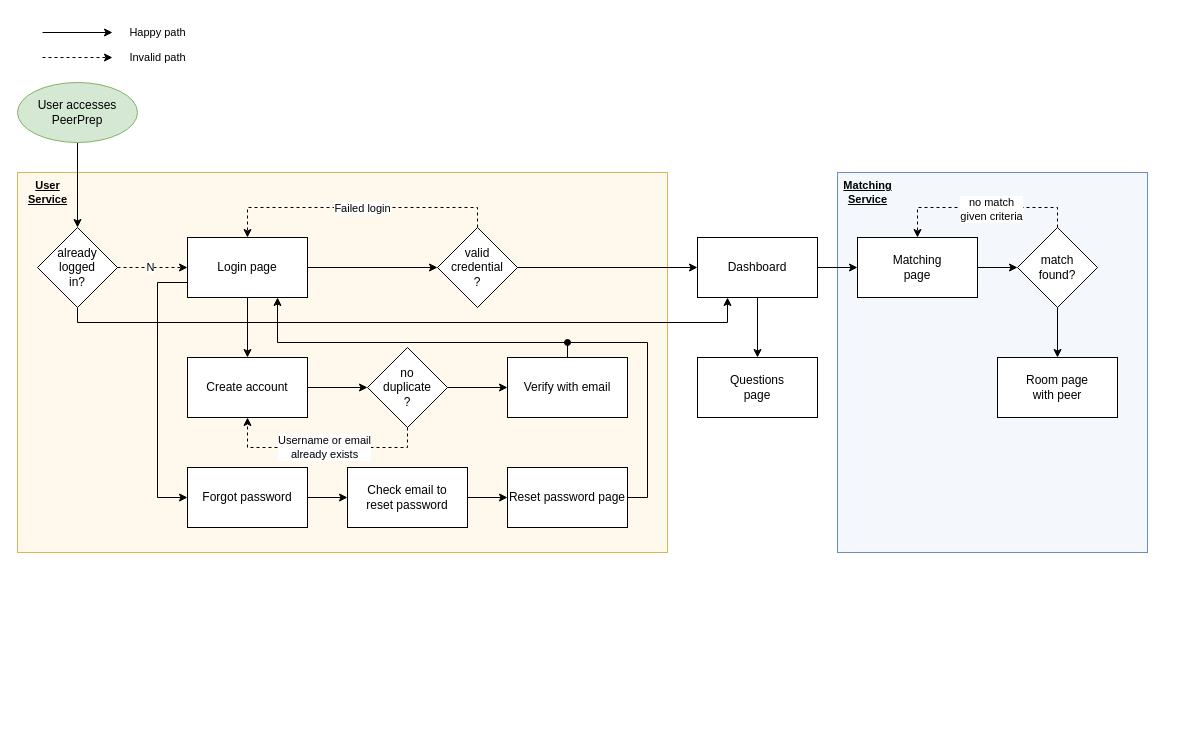
Above: page "Userflow" (1 of 2) of docs/cs3219-diagrams.drawio in CS3219-AY2223S1/cs3219-project-ay2223s1-g42 (draw.io), before the change. Source tidied: cells renumbered, new cells numbered last; positions are measured from the earlier drawing's top-left corner, leaving out a move shared by most shapes. Both pictures are drawn from the tidied source at 100%, with x=0, y=0 at pixel (17, 17).
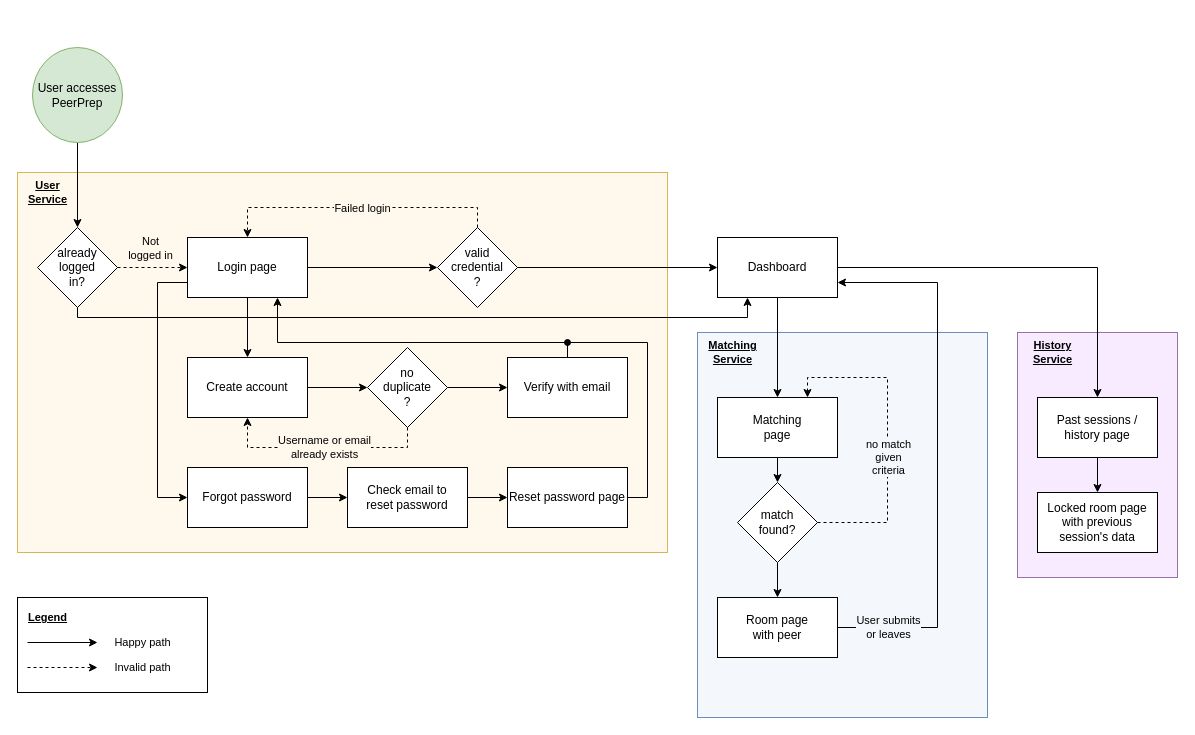
The same page after the edit.

Commit message:
docs: update userflow diagram

The change refers to these unchanged cells:
```xml
<mxCell id="6" style="edgeStyle=orthogonalEdgeStyle;rounded=0;jettySize=auto;html=1;exitX=1;exitY=0.5;exitDx=0;exitDy=0;dashed=1;" parent="1" edge="1" source="9" target="13">
  <mxGeometry relative="1" as="geometry" />
</mxCell>
<mxCell id="9" value="already logged &lt;br&gt;in?" style="rhombus;whiteSpace=wrap;html=1;" parent="1" vertex="1">
  <mxGeometry x="20" y="210" width="80" height="80" as="geometry" />
</mxCell>
<mxCell id="14" style="edgeStyle=orthogonalEdgeStyle;rounded=0;jettySize=auto;html=1;exitX=0.5;exitY=0;exitDx=0;exitDy=0;entryX=0.5;entryY=0;entryDx=0;entryDy=0;dashed=1;" parent="1" edge="1" source="17" target="13">
  <mxGeometry relative="1" as="geometry" />
</mxCell>
<mxCell id="26" style="edgeStyle=orthogonalEdgeStyle;rounded=0;jettySize=auto;html=1;exitX=0.5;exitY=1;exitDx=0;exitDy=0;entryX=0.5;entryY=1;entryDx=0;entryDy=0;dashed=1;" parent="1" edge="1" source="28" target="22">
  <mxGeometry relative="1" as="geometry" />
</mxCell>
```

The edit, as a diff of the source:
```diff
@@
+    <mxCell id="49" value="&lt;span style=&quot;&quot;&gt;Legend&lt;/span&gt;" style="rounded=0;whiteSpace=wrap;html=1;labelBackgroundColor=none;comic=0;align=left;labelPadding=0;horizontal=1;labelPosition=center;verticalLabelPosition=middle;verticalAlign=top;spacingRight=0;spacingLeft=0;labelBorderColor=none;fontColor=none;noLabel=1;" parent="1" vertex="1">
+      <mxGeometry y="580" width="190" height="95" as="geometry" />
+    </mxCell>
+    <mxCell id="50" style="rounded=0;whiteSpace=wrap;html=1;fontFamily=Helvetica;fontSize=11;fillColor=#F8EBFF;strokeColor=#9673a6;" parent="1" vertex="1">
+      <mxGeometry x="1000" y="315" width="160" height="245" as="geometry" />
+    </mxCell>
     <mxCell id="2" style="rounded=0;whiteSpace=wrap;html=1;fontFamily=Helvetica;fontSize=11;fillColor=#F4F8FC;strokeColor=#6c8ebf;" parent="1" vertex="1">
-      <mxGeometry x="820" y="155" width="310" height="380" as="geometry" />
+      <mxGeometry x="680" y="315" width="290" height="385" as="geometry" />
     </mxCell>
@@
-    <mxCell id="5" value="&lt;div&gt;User accesses PeerPrep&lt;/div&gt;" style="ellipse;whiteSpace=wrap;html=1;fillColor=#d5e8d4;strokeColor=#82b366;" parent="1" vertex="1">
-      <mxGeometry y="65" width="120" height="60" as="geometry" />
+    <mxCell id="5" value="&lt;div&gt;User accesses PeerPrep&lt;/div&gt;" style="ellipse;whiteSpace=wrap;html=1;fillColor=#d5e8d4;strokeColor=#82b366;comic=0;noLabel=0;overflow=visible;" parent="1" vertex="1">
+      <mxGeometry x="15" y="30" width="90" height="95" as="geometry" />
     </mxCell>
@@
-    <mxCell id="7" value="N" style="edgeLabel;html=1;align=center;verticalAlign=middle;fontSize=11;fontFamily=Helvetica;fontColor=default;labelBackgroundColor=#FFFFFF;" parent="6" vertex="1">
+    <mxCell id="7" value="Not &lt;br&gt;logged in" style="edgeLabel;html=1;align=center;verticalAlign=middle;fontSize=11;fontFamily=Helvetica;fontColor=default;labelBackgroundColor=#FFF9ED;" parent="6" vertex="1">
       <mxGeometry x="-0.34" y="-1" relative="1" as="geometry">
-        <mxPoint x="9" y="-2" as="offset" />
+        <mxPoint x="9" y="-21" as="offset" />
       </mxGeometry>
     </mxCell>
     <mxCell id="8" style="edgeStyle=orthogonalEdgeStyle;shape=connector;rounded=0;jettySize=auto;html=1;exitX=0.5;exitY=1;exitDx=0;exitDy=0;entryX=0.25;entryY=1;entryDx=0;entryDy=0;labelBackgroundColor=default;strokeColor=default;fontFamily=Helvetica;fontSize=11;fontColor=default;endArrow=classic;endFill=1;" parent="1" edge="1" source="9" target="20">
       <mxGeometry relative="1" as="geometry">
         <Array as="points">
-          <mxPoint x="60" y="305" />
-          <mxPoint x="710" y="305" />
+          <mxPoint x="60" y="300" />
+          <mxPoint x="730" y="300" />
         </Array>
       </mxGeometry>
     </mxCell>
@@
-    <mxCell id="15" value="Failed login" style="edgeLabel;html=1;align=center;verticalAlign=middle;fontSize=11;fontFamily=Helvetica;fontColor=default;" parent="14" vertex="1">
+    <mxCell id="15" value="Failed login" style="edgeLabel;html=1;align=center;verticalAlign=middle;fontSize=11;fontFamily=Helvetica;fontColor=default;labelBackgroundColor=#FFF9ED;" parent="14" vertex="1">
       <mxGeometry x="-0.03" relative="1" as="geometry" />
     </mxCell>
@@
-    <mxCell id="18" style="edgeStyle=orthogonalEdgeStyle;rounded=0;jettySize=auto;html=1;" parent="1" edge="1" source="20" target="41">
+    <mxCell id="18" style="edgeStyle=orthogonalEdgeStyle;rounded=0;jettySize=auto;html=1;exitX=0.5;exitY=1;exitDx=0;exitDy=0;entryX=0.5;entryY=0;entryDx=0;entryDy=0;" parent="1" edge="1" source="20" target="41">
       <mxGeometry relative="1" as="geometry" />
     </mxCell>
-    <mxCell id="19" style="edgeStyle=orthogonalEdgeStyle;rounded=0;jettySize=auto;html=1;" parent="1" edge="1" source="20" target="42">
+    <mxCell id="19" style="edgeStyle=orthogonalEdgeStyle;rounded=0;jettySize=auto;html=1;exitX=1;exitY=0.5;exitDx=0;exitDy=0;entryX=0.5;entryY=0;entryDx=0;entryDy=0;" parent="1" edge="1" source="20" target="42">
       <mxGeometry relative="1" as="geometry" />
     </mxCell>
     <mxCell id="20" value="Dashboard" style="whiteSpace=wrap;html=1;rounded=0;" parent="1" vertex="1">
-      <mxGeometry x="680" y="220" width="120" height="60" as="geometry" />
+      <mxGeometry x="700" y="220" width="120" height="60" as="geometry" />
     </mxCell>
@@
-    <mxCell id="27" value="Username or email &lt;br&gt;already exists" style="edgeLabel;html=1;align=center;verticalAlign=middle;fontSize=11;fontFamily=Helvetica;fontColor=default;labelBackgroundColor=default;" parent="26" vertex="1">
+    <mxCell id="27" value="Username or email &lt;br&gt;already exists" style="edgeLabel;html=1;align=center;verticalAlign=middle;fontSize=11;fontFamily=Helvetica;fontColor=default;labelBackgroundColor=#FFF9ED;" parent="26" vertex="1">
       <mxGeometry x="0.09" y="2" relative="1" as="geometry">
         <mxPoint x="10" y="-3" as="offset" />
       </mxGeometry>
     </mxCell>
@@
     <mxCell id="33" style="endArrow=classic;html=1;rounded=0;labelBackgroundColor=default;strokeColor=default;fontFamily=Helvetica;fontSize=11;fontColor=default;shape=connector;endFill=1;" parent="1" edge="1">
       <mxGeometry relative="1" as="geometry">
-        <mxPoint x="25" y="15" as="sourcePoint" />
-        <mxPoint x="95" y="15" as="targetPoint" />
+        <mxPoint x="10" y="625" as="sourcePoint" />
+        <mxPoint x="80" y="625" as="targetPoint" />
       </mxGeometry>
     </mxCell>
     <mxCell id="34" value="Happy path" style="text;html=1;align=center;verticalAlign=middle;strokeColor=none;fillColor=none;fontSize=11;fontFamily=Helvetica;fontColor=default;" parent="1" vertex="1">
-      <mxGeometry x="100" width="80" height="30" as="geometry" />
+      <mxGeometry x="85" y="610" width="80" height="30" as="geometry" />
     </mxCell>
     <mxCell id="35" style="endArrow=classic;html=1;rounded=0;labelBackgroundColor=default;strokeColor=default;fontFamily=Helvetica;fontSize=11;fontColor=default;shape=connector;endFill=1;dashed=1;" parent="1" edge="1">
       <mxGeometry relative="1" as="geometry">
-        <mxPoint x="25" y="40" as="sourcePoint" />
-        <mxPoint x="95" y="40" as="targetPoint" />
+        <mxPoint x="10" y="650" as="sourcePoint" />
+        <mxPoint x="80" y="650" as="targetPoint" />
       </mxGeometry>
     </mxCell>
     <mxCell id="36" value="Invalid path" style="text;html=1;align=center;verticalAlign=middle;strokeColor=none;fillColor=none;fontSize=11;fontFamily=Helvetica;fontColor=default;" parent="1" vertex="1">
-      <mxGeometry x="100" y="25" width="80" height="30" as="geometry" />
+      <mxGeometry x="85" y="635" width="80" height="30" as="geometry" />
     </mxCell>
@@
-    <mxCell id="40" style="edgeStyle=orthogonalEdgeStyle;rounded=0;jettySize=auto;html=1;" parent="1" edge="1" source="41" target="46">
+    <mxCell id="40" style="edgeStyle=orthogonalEdgeStyle;rounded=0;jettySize=auto;html=1;exitX=0.5;exitY=1;exitDx=0;exitDy=0;entryX=0.5;entryY=0;entryDx=0;entryDy=0;" parent="1" edge="1" source="41" target="46">
       <mxGeometry relative="1" as="geometry" />
     </mxCell>
     <mxCell id="41" value="Matching&lt;br&gt;page" style="whiteSpace=wrap;html=1;rounded=0;" parent="1" vertex="1">
-      <mxGeometry x="840" y="220" width="120" height="60" as="geometry" />
+      <mxGeometry x="700" y="380" width="120" height="60" as="geometry" />
     </mxCell>
+    <mxCell id="51" style="edgeStyle=orthogonalEdgeStyle;rounded=0;jettySize=auto;html=1;" parent="1" edge="1" source="42" target="54">
+      <mxGeometry relative="1" as="geometry" />
+    </mxCell>
-    <mxCell id="42" value="Questions&lt;br&gt;page" style="whiteSpace=wrap;html=1;rounded=0;" parent="1" vertex="1">
-      <mxGeometry x="680" y="340" width="120" height="60" as="geometry" />
+    <mxCell id="42" value="Past sessions / &lt;br&gt;history page" style="whiteSpace=wrap;html=1;rounded=0;" parent="1" vertex="1">
+      <mxGeometry x="1020" y="380" width="120" height="60" as="geometry" />
     </mxCell>
-    <mxCell id="43" style="edgeStyle=orthogonalEdgeStyle;rounded=0;jettySize=auto;html=1;exitX=0.5;exitY=0;exitDx=0;exitDy=0;entryX=0.5;entryY=0;entryDx=0;entryDy=0;dashed=1;" parent="1" edge="1" source="46" target="41">
-      <mxGeometry relative="1" as="geometry" />
+    <mxCell id="43" style="edgeStyle=orthogonalEdgeStyle;rounded=0;jettySize=auto;html=1;exitX=1;exitY=0.5;exitDx=0;exitDy=0;entryX=0.75;entryY=0;entryDx=0;entryDy=0;dashed=1;" parent="1" edge="1" source="46" target="41">
+      <mxGeometry relative="1" as="geometry">
+        <Array as="points">
+          <mxPoint x="870" y="505" />
+          <mxPoint x="870" y="360" />
+          <mxPoint x="790" y="360" />
+        </Array>
+      </mxGeometry>
     </mxCell>
-    <mxCell id="44" value="no match &lt;br&gt;given criteria" style="edgeLabel;html=1;align=center;verticalAlign=middle;" parent="43" vertex="1">
+    <mxCell id="44" value="no match &lt;br&gt;given &lt;br&gt;criteria" style="edgeLabel;html=1;align=center;verticalAlign=middle;labelBackgroundColor=#F4F8FC;" parent="43" vertex="1">
       <mxGeometry x="0.13" y="-1" relative="1" as="geometry">
-        <mxPoint x="20" y="2" as="offset" />
+        <mxPoint x="-1" y="42" as="offset" />
       </mxGeometry>
     </mxCell>
@@
     <mxCell id="46" value="match&lt;br&gt;found?" style="rhombus;whiteSpace=wrap;html=1;rounded=0;" parent="1" vertex="1">
-      <mxGeometry x="1000" y="210" width="80" height="80" as="geometry" />
+      <mxGeometry x="720" y="465" width="80" height="80" as="geometry" />
     </mxCell>
+    <mxCell id="52" style="edgeStyle=orthogonalEdgeStyle;rounded=0;jettySize=auto;html=1;exitX=1;exitY=0.5;exitDx=0;exitDy=0;entryX=1;entryY=0.75;entryDx=0;entryDy=0;" parent="1" edge="1" source="47" target="20">
+      <mxGeometry relative="1" as="geometry">
+        <Array as="points">
+          <mxPoint x="920" y="610" />
+          <mxPoint x="920" y="265" />
+        </Array>
+      </mxGeometry>
+    </mxCell>
+    <mxCell id="53" value="User submits &lt;br&gt;or leaves" style="edgeLabel;html=1;align=center;verticalAlign=middle;labelBackgroundColor=#F4F8FC;" parent="52" vertex="1">
+      <mxGeometry x="-0.22" y="2" relative="1" as="geometry">
+        <mxPoint x="-48" y="112" as="offset" />
+      </mxGeometry>
+    </mxCell>
     <mxCell id="47" value="Room page&lt;br&gt;with peer" style="whiteSpace=wrap;html=1;rounded=0;" parent="1" vertex="1">
-      <mxGeometry x="980" y="340" width="120" height="60" as="geometry" />
+      <mxGeometry x="700" y="580" width="120" height="60" as="geometry" />
     </mxCell>
     <mxCell id="48" value="Matching&lt;br&gt;Service" style="text;html=1;align=center;verticalAlign=middle;strokeColor=none;fillColor=none;fontSize=11;fontFamily=Helvetica;fontColor=default;fontStyle=5;" parent="1" vertex="1">
-      <mxGeometry x="815" y="155" width="70" height="40" as="geometry" />
+      <mxGeometry x="680" y="315" width="70" height="40" as="geometry" />
     </mxCell>
+    <mxCell id="54" value="Locked room page&lt;br&gt;with previous session's data" style="whiteSpace=wrap;html=1;rounded=0;" parent="1" vertex="1">
+      <mxGeometry x="1020" y="475" width="120" height="60" as="geometry" />
+    </mxCell>
+    <mxCell id="55" value="History&lt;br&gt;Service" style="text;html=1;align=center;verticalAlign=middle;strokeColor=none;fillColor=none;fontSize=11;fontFamily=Helvetica;fontColor=default;fontStyle=5;" parent="1" vertex="1">
+      <mxGeometry x="1005" y="315" width="60" height="40" as="geometry" />
+    </mxCell>
+    <mxCell id="56" value="Legend" style="text;html=1;align=center;verticalAlign=middle;strokeColor=none;fillColor=none;fontSize=11;fontFamily=Helvetica;fontColor=default;fontStyle=5;" parent="1" vertex="1">
+      <mxGeometry y="585" width="60" height="30" as="geometry" />
+    </mxCell>
```
